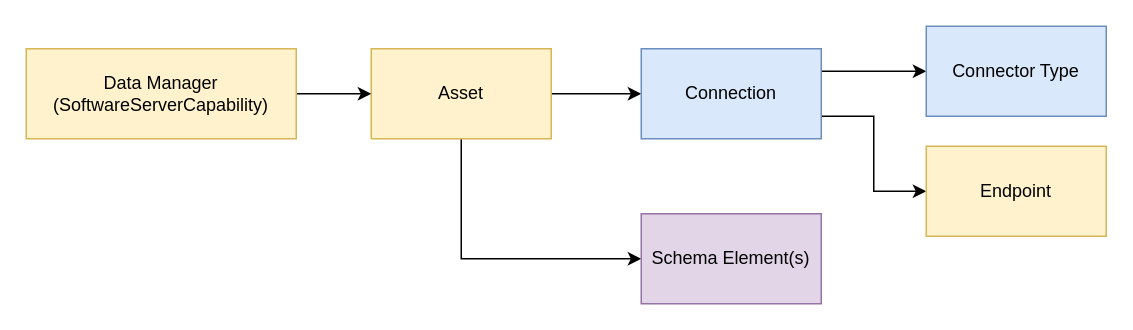
Before: page "basic-model" (2 of 5) of site/docs/guides/developer/mapping-technology/data-managers.drawio in odpi/egeria-docs, a draw.io diagram. Source tidied: cells renumbered, new cells numbered last; positions are measured from the earlier drawing's top-left corner, leaving out a move shared by most shapes. Both pictures are drawn from the tidied source at 150%, with x=0, y=0 at pixel (26, 26).
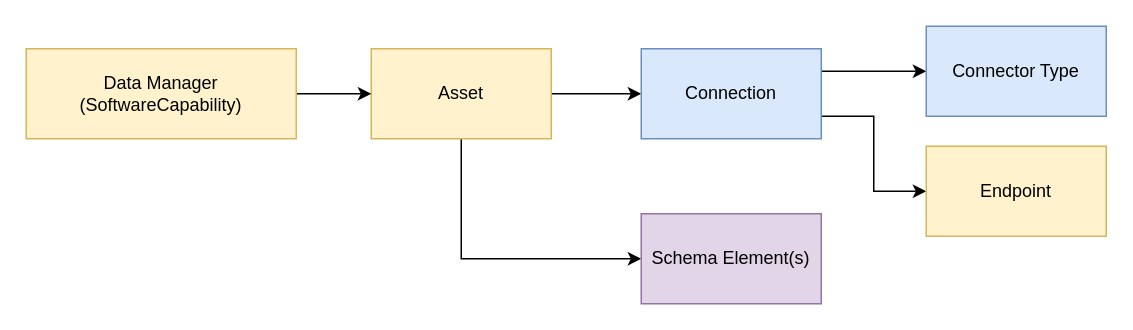
After the change.

What changed in the source:
```diff
@@
 <mxGraphModel>
   <root>
     <mxCell id="0" />
     <mxCell id="1" parent="0" />
     <mxCell id="2" style="edgeStyle=orthogonalEdgeStyle;rounded=0;jettySize=auto;html=1;exitX=0.5;exitY=1;exitDx=0;exitDy=0;entryX=0;entryY=0.5;entryDx=0;entryDy=0;" parent="1" edge="1" source="4" target="5">
       <mxGeometry relative="1" as="geometry" />
     </mxCell>
     <mxCell id="3" style="edgeStyle=orthogonalEdgeStyle;rounded=0;jettySize=auto;html=1;fontSize=50;" parent="1" edge="1" source="4" target="8">
       <mxGeometry relative="1" as="geometry" />
     </mxCell>
     <mxCell id="4" value="Asset" style="rounded=0;whiteSpace=wrap;html=1;shadow=0;fillColor=#fff2cc;strokeColor=#d6b656;" parent="1" vertex="1">
       <mxGeometry x="230" y="15" width="120" height="60" as="geometry" />
     </mxCell>
     <mxCell id="5" value="Schema Element(s)" style="rounded=0;whiteSpace=wrap;html=1;shadow=0;fillColor=#e1d5e7;strokeColor=#9673a6;" parent="1" vertex="1">
       <mxGeometry x="410" y="125" width="120" height="60" as="geometry" />
     </mxCell>
     <mxCell id="6" style="edgeStyle=orthogonalEdgeStyle;rounded=0;jettySize=auto;html=1;exitX=1;exitY=0.25;exitDx=0;exitDy=0;" parent="1" edge="1" source="8" target="9">
       <mxGeometry relative="1" as="geometry" />
     </mxCell>
     <mxCell id="7" style="edgeStyle=orthogonalEdgeStyle;rounded=0;jettySize=auto;html=1;exitX=1;exitY=0.75;exitDx=0;exitDy=0;entryX=0;entryY=0.5;entryDx=0;entryDy=0;" parent="1" edge="1" source="8" target="10">
       <mxGeometry relative="1" as="geometry" />
     </mxCell>
     <mxCell id="8" value="Connection" style="rounded=0;whiteSpace=wrap;html=1;shadow=0;fillColor=#dae8fc;strokeColor=#6c8ebf;" parent="1" vertex="1">
       <mxGeometry x="410" y="15" width="120" height="60" as="geometry" />
     </mxCell>
     <mxCell id="9" value="Connector Type" style="rounded=0;whiteSpace=wrap;html=1;shadow=0;fillColor=#dae8fc;strokeColor=#6c8ebf;" parent="1" vertex="1">
       <mxGeometry x="600" width="120" height="60" as="geometry" />
     </mxCell>
     <mxCell id="10" value="Endpoint" style="rounded=0;whiteSpace=wrap;html=1;shadow=0;fillColor=#fff2cc;strokeColor=#d6b656;" parent="1" vertex="1">
       <mxGeometry x="600" y="80" width="120" height="60" as="geometry" />
     </mxCell>
     <mxCell id="11" style="edgeStyle=orthogonalEdgeStyle;rounded=0;jettySize=auto;html=1;entryX=0;entryY=0.5;entryDx=0;entryDy=0;" parent="1" edge="1" source="12" target="4">
       <mxGeometry relative="1" as="geometry" />
     </mxCell>
-    <mxCell id="12" value="Data Manager&lt;br&gt;(SoftwareServerCapability)" style="rounded=0;whiteSpace=wrap;html=1;shadow=0;fillColor=#fff2cc;strokeColor=#d6b656;" parent="1" vertex="1">
+    <mxCell id="12" value="Data Manager&lt;br&gt;(SoftwareCapability)" style="rounded=0;whiteSpace=wrap;html=1;shadow=0;fillColor=#fff2cc;strokeColor=#d6b656;" parent="1" vertex="1">
       <mxGeometry y="15" width="180" height="60" as="geometry" />
     </mxCell>
   </root>
 </mxGraphModel>
```
